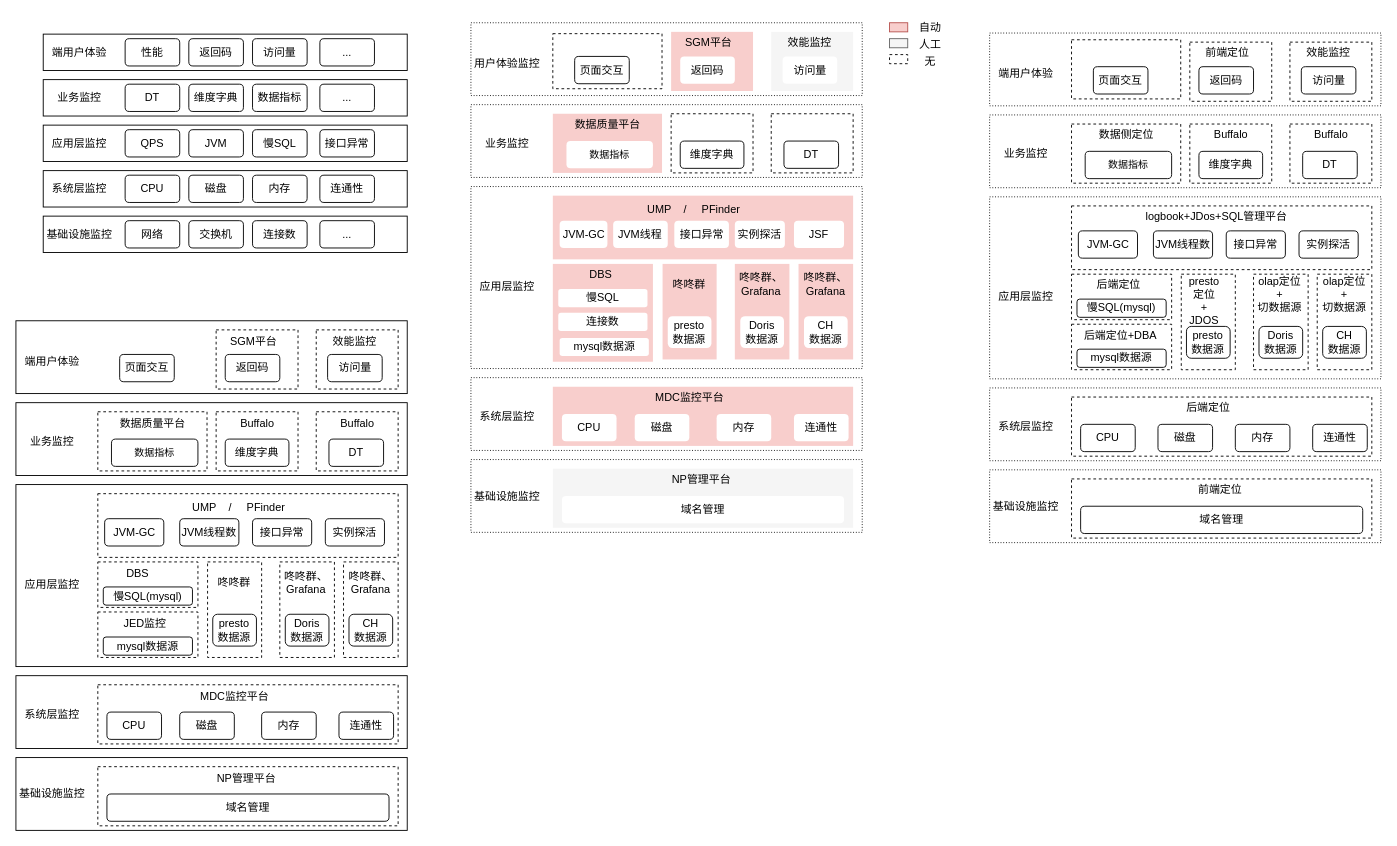
Above: demo01/监控.drawio in huang-chh/draw (draw.io), before the change. Source tidied: cells renumbered, new cells numbered last; positions are measured from the earlier drawing's top-left corner, leaving out a move shared by most shapes. Both pictures are drawn from the tidied source at 91%, with x=0, y=0 at pixel (15, 15).
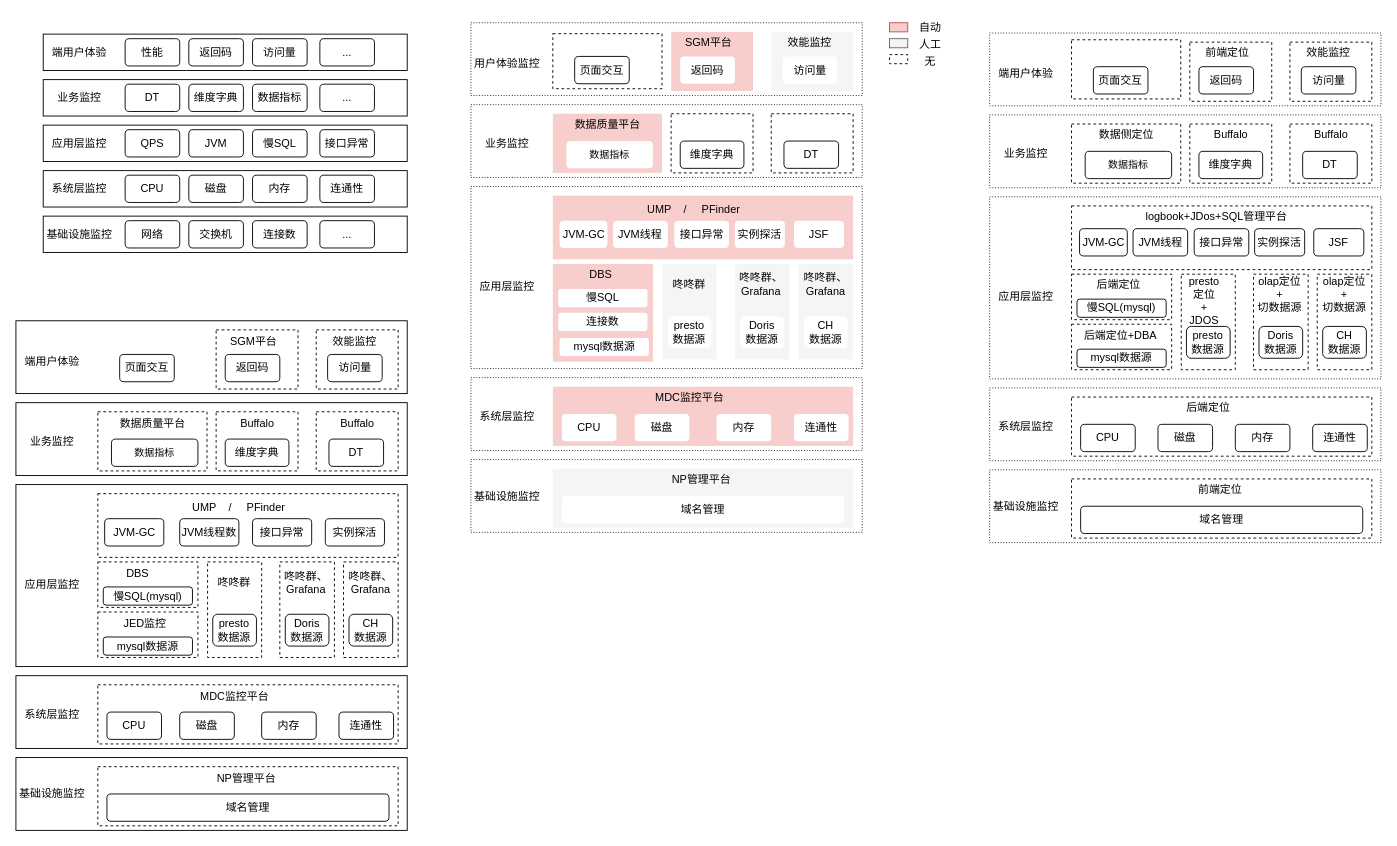
Above is the later version.

The edit, as a diff of the source:
```diff
@@
-    <mxCell id="96" style="rounded=0;whiteSpace=wrap;html=1;dashed=1;strokeWidth=1;strokeColor=none;fillColor=#f8cecc;" parent="1" vertex="1">
+    <mxCell id="96" style="rounded=0;whiteSpace=wrap;html=1;dashed=1;strokeWidth=1;strokeColor=none;fillColor=#f5f5f5;fontColor=#333333;" parent="1" vertex="1">
       <mxGeometry x="710.6" y="272.5" width="59.4" height="105" as="geometry" />
     </mxCell>
@@
-    <mxCell id="131" style="rounded=0;whiteSpace=wrap;html=1;dashed=1;strokeWidth=1;strokeColor=none;fillColor=#f8cecc;" parent="1" vertex="1">
+    <mxCell id="131" style="rounded=0;whiteSpace=wrap;html=1;dashed=1;strokeWidth=1;strokeColor=none;fillColor=#f5f5f5;fontColor=#333333;" parent="1" vertex="1">
       <mxGeometry x="790" y="272.5" width="60" height="105" as="geometry" />
     </mxCell>
-    <mxCell id="132" style="rounded=0;whiteSpace=wrap;html=1;dashed=1;strokeWidth=1;strokeColor=none;fillColor=#f8cecc;" parent="1" vertex="1">
+    <mxCell id="132" style="rounded=0;whiteSpace=wrap;html=1;dashed=1;strokeWidth=1;strokeColor=none;fillColor=#f5f5f5;fontColor=#333333;" parent="1" vertex="1">
       <mxGeometry x="860" y="272.5" width="60" height="105" as="geometry" />
     </mxCell>
@@
-    <mxCell id="175" value="JVM-GC" style="rounded=1;whiteSpace=wrap;html=1;strokeWidth=1;" parent="1" vertex="1">
-      <mxGeometry x="1167.5" y="236.2" width="65" height="30" as="geometry" />
-    </mxCell>
-    <mxCell id="176" value="实例探活" style="rounded=1;whiteSpace=wrap;html=1;strokeWidth=1;" parent="1" vertex="1">
-      <mxGeometry x="1410" y="236.2" width="65" height="30" as="geometry" />
-    </mxCell>
@@
-    <mxCell id="189" value="JVM线程数" style="rounded=1;whiteSpace=wrap;html=1;strokeWidth=1;" parent="1" vertex="1">
-      <mxGeometry x="1250" y="236.2" width="65" height="30" as="geometry" />
-    </mxCell>
-    <mxCell id="190" value="接口异常" style="rounded=1;whiteSpace=wrap;html=1;strokeWidth=1;" parent="1" vertex="1">
-      <mxGeometry x="1330" y="236.2" width="65" height="30" as="geometry" />
-    </mxCell>
@@
+    <mxCell id="175" value="JVM-GC" style="rounded=1;whiteSpace=wrap;html=1;strokeWidth=1;" parent="1" vertex="1">
+      <mxGeometry x="1168.8" y="233.8" width="52.5" height="30" as="geometry" />
+    </mxCell>
+    <mxCell id="176" value="实例探活" style="rounded=1;whiteSpace=wrap;html=1;strokeWidth=1;" parent="1" vertex="1">
+      <mxGeometry x="1361.2" y="233.8" width="55" height="30" as="geometry" />
+    </mxCell>
+    <mxCell id="206" value="JVM线程" style="rounded=1;whiteSpace=wrap;html=1;strokeWidth=1;" parent="1" vertex="1">
+      <mxGeometry x="1227.6" y="233.8" width="60" height="30" as="geometry" />
+    </mxCell>
+    <mxCell id="190" value="接口异常" style="rounded=1;whiteSpace=wrap;html=1;strokeWidth=1;" parent="1" vertex="1">
+      <mxGeometry x="1294.8" y="233.8" width="60" height="30" as="geometry" />
+    </mxCell>
+    <mxCell id="207" value="JSF" style="rounded=1;whiteSpace=wrap;html=1;strokeWidth=1;" parent="1" vertex="1">
+      <mxGeometry x="1426.2" y="233.8" width="55" height="30" as="geometry" />
+    </mxCell>
```
